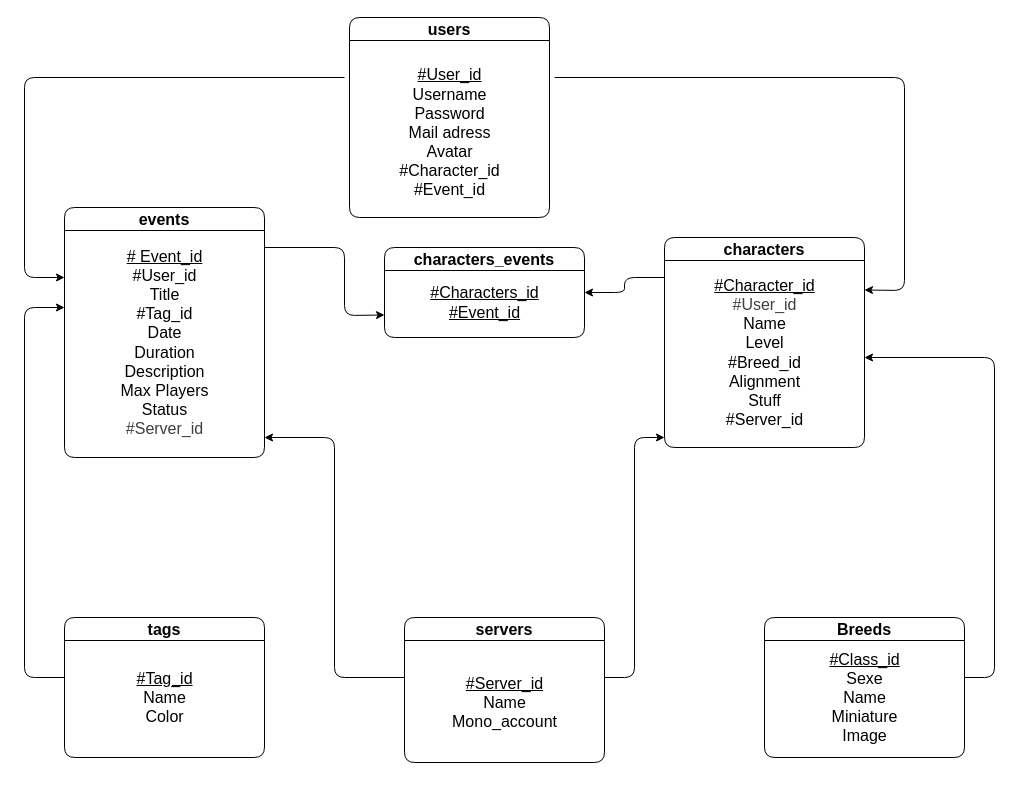
Before: docs/database/MLD.drawio in AlexandreDejour/DofusGroup, a draw.io diagram. Source tidied: cells renumbered, new cells numbered last; positions are measured from the earlier drawing's top-left corner, leaving out a move shared by most shapes. Both pictures are drawn from the tidied source at 100%, with x=0, y=0 at pixel (24, 17).
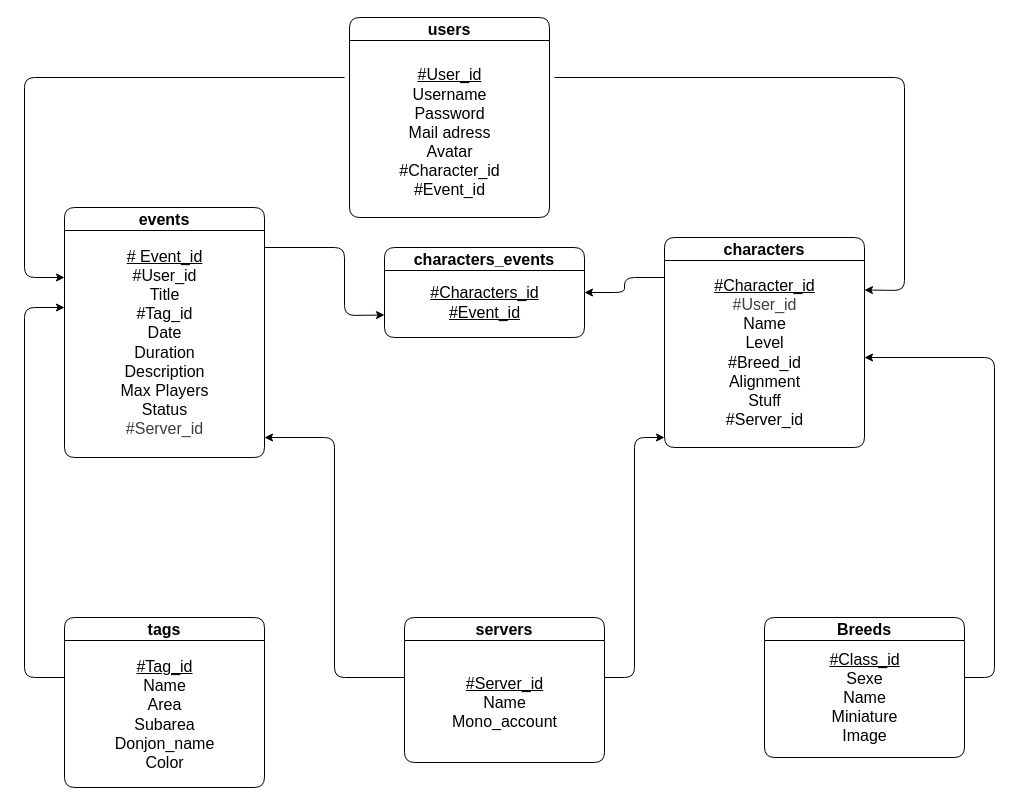
After the change.

Commit message (it also covers changes not shown here):
Modify Tag model to register details about event area

The edit, as a diff of the source:
```diff
@@
     <mxCell id="14" value="&lt;font style=&quot;font-size: 16px;&quot;&gt;tags&lt;/font&gt;" style="swimlane;whiteSpace=wrap;html=1;rounded=1;" parent="1" vertex="1">
-      <mxGeometry x="40" y="600" width="200" height="140" as="geometry" />
+      <mxGeometry x="40" y="600" width="200" height="170" as="geometry" />
     </mxCell>
-    <mxCell id="15" value="&lt;span style=&quot;font-size: 16px;&quot;&gt;&lt;u&gt;#Tag_id&lt;/u&gt;&lt;/span&gt;&lt;div&gt;&lt;span style=&quot;font-size: 16px;&quot;&gt;Name&lt;/span&gt;&lt;/div&gt;&lt;div&gt;&lt;span style=&quot;font-size: 16px;&quot;&gt;Color&lt;/span&gt;&lt;/div&gt;" style="text;html=1;align=center;verticalAlign=middle;strokeColor=none;fillColor=none;" parent="14" vertex="1">
-      <mxGeometry x="60" y="45" width="80" height="70" as="geometry" />
+    <mxCell id="15" value="&lt;span style=&quot;font-size: 16px;&quot;&gt;&lt;u&gt;#Tag_id&lt;/u&gt;&lt;/span&gt;&lt;div&gt;&lt;span style=&quot;font-size: 16px;&quot;&gt;Name&lt;/span&gt;&lt;/div&gt;&lt;div&gt;&lt;span style=&quot;font-size: 16px;&quot;&gt;Area&lt;/span&gt;&lt;/div&gt;&lt;div&gt;&lt;span style=&quot;font-size: 16px;&quot;&gt;Subarea&lt;/span&gt;&lt;/div&gt;&lt;div&gt;&lt;span style=&quot;font-size: 16px;&quot;&gt;Donjon_name&lt;/span&gt;&lt;/div&gt;&lt;div&gt;&lt;span style=&quot;font-size: 16px;&quot;&gt;Color&lt;/span&gt;&lt;/div&gt;" style="text;html=1;align=center;verticalAlign=middle;strokeColor=none;fillColor=none;" parent="14" vertex="1">
+      <mxGeometry x="40" y="32" width="120" height="130" as="geometry" />
     </mxCell>
```
